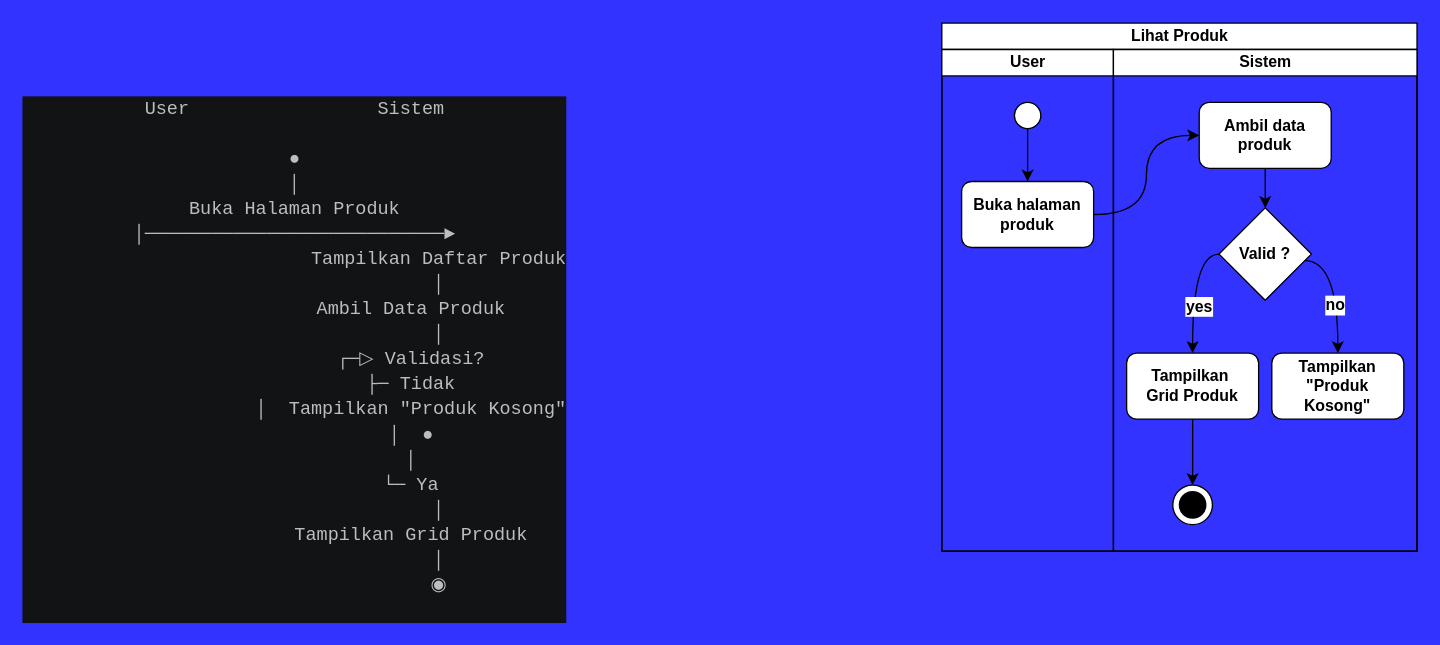
Above: page "lihat produk" (3 of 6) of assets/uml/activity-diagram.drawio in RIOKOWI/warmindo_purnama_flutter (draw.io), before the change. Source tidied: cells renumbered, new cells numbered last; positions are measured from the earlier drawing's top-left corner, leaving out a move shared by most shapes. Both pictures are drawn from the tidied source at 132%, with x=0, y=0 at pixel (255, 22).
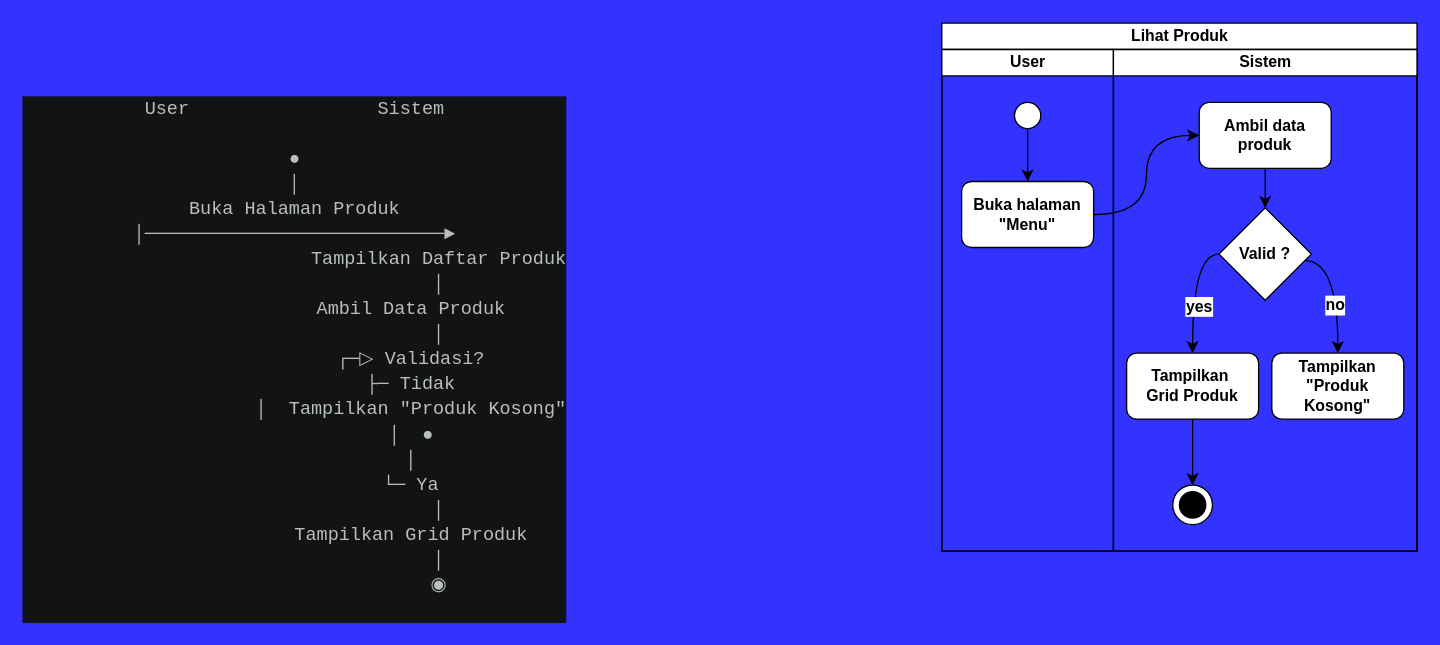
After the change.

Commit message:
docs(uml): activity diagram update table status

Unchanged cells that the change refers to:
```xml
<mxCell id="4" value="User" style="swimlane;startSize=20;html=1;" parent="3" vertex="1">
  <mxGeometry y="20" width="130" height="380" as="geometry" />
</mxCell>
```

What changed in the source:
```diff
@@
-    <mxCell id="7" value="Buka halaman produk" style="rounded=1;whiteSpace=wrap;html=1;strokeColor=default;align=center;verticalAlign=middle;fontFamily=Helvetica;fontSize=12;fontColor=default;fontStyle=1;fillColor=default;" parent="4" vertex="1">
+    <mxCell id="7" value="Buka halaman &quot;Menu&quot;" style="rounded=1;whiteSpace=wrap;html=1;strokeColor=default;align=center;verticalAlign=middle;fontFamily=Helvetica;fontSize=12;fontColor=default;fontStyle=1;fillColor=default;" parent="4" vertex="1">
       <mxGeometry x="15" y="100" width="100" height="50" as="geometry" />
     </mxCell>
```
